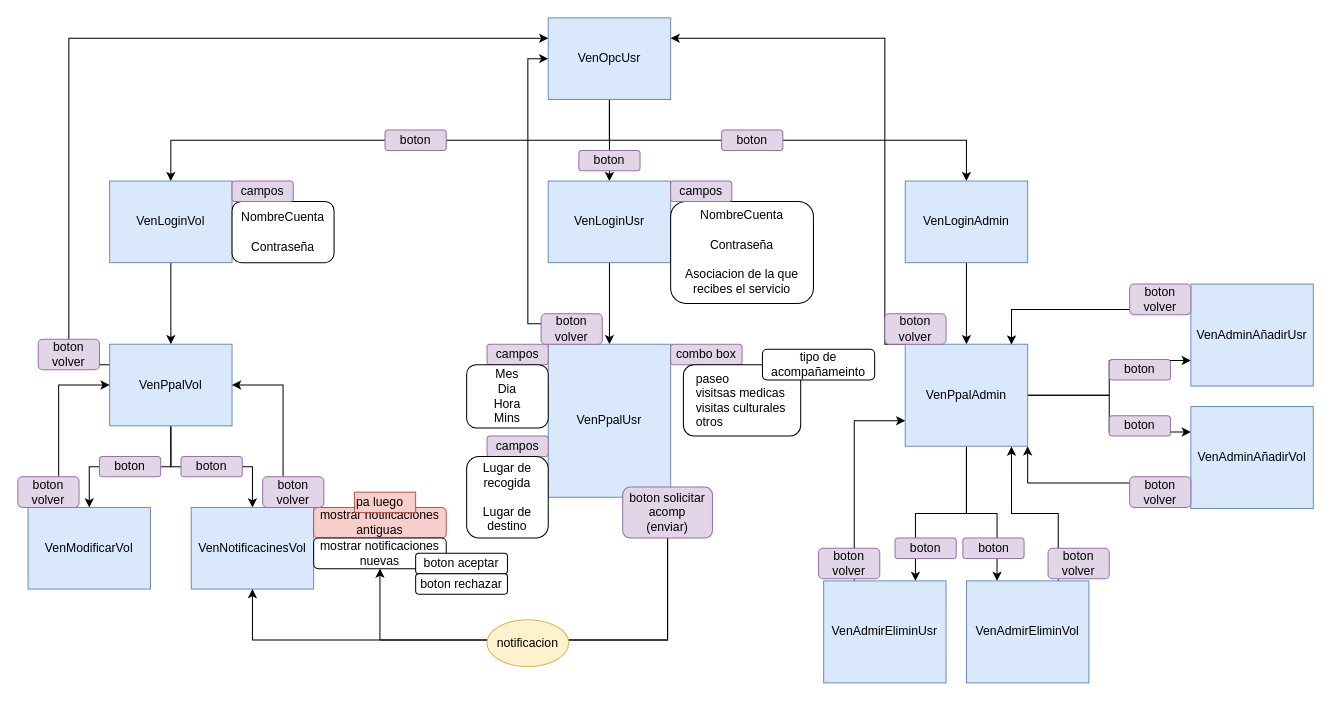
The draw.io diagram Ventanas.drawio in Millan214/Volunteering-Services, before the edit. Source tidied: cells renumbered, new cells numbered last; positions are measured from the earlier drawing's top-left corner, leaving out a move shared by most shapes. Both pictures are drawn from the tidied source at 102%, with x=0, y=0 at pixel (17, 17).
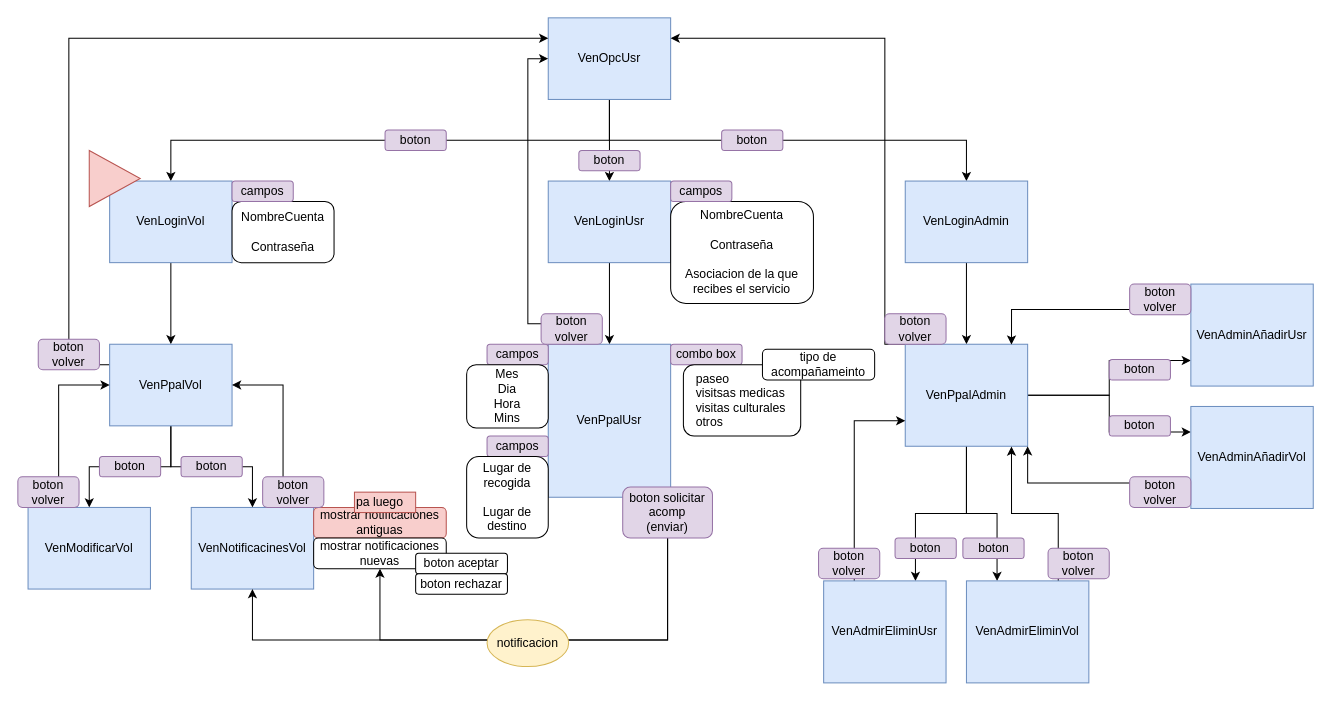
The same diagram, later.

The edit, as a diff of the source:
```diff
@@
+    <mxCell id="74" style="triangle;whiteSpace=wrap;html=1;fillColor=#f8cecc;strokeColor=#b85450;" parent="1" vertex="1">
+      <mxGeometry x="70" y="130" width="50" height="55" as="geometry" />
+    </mxCell>
```
